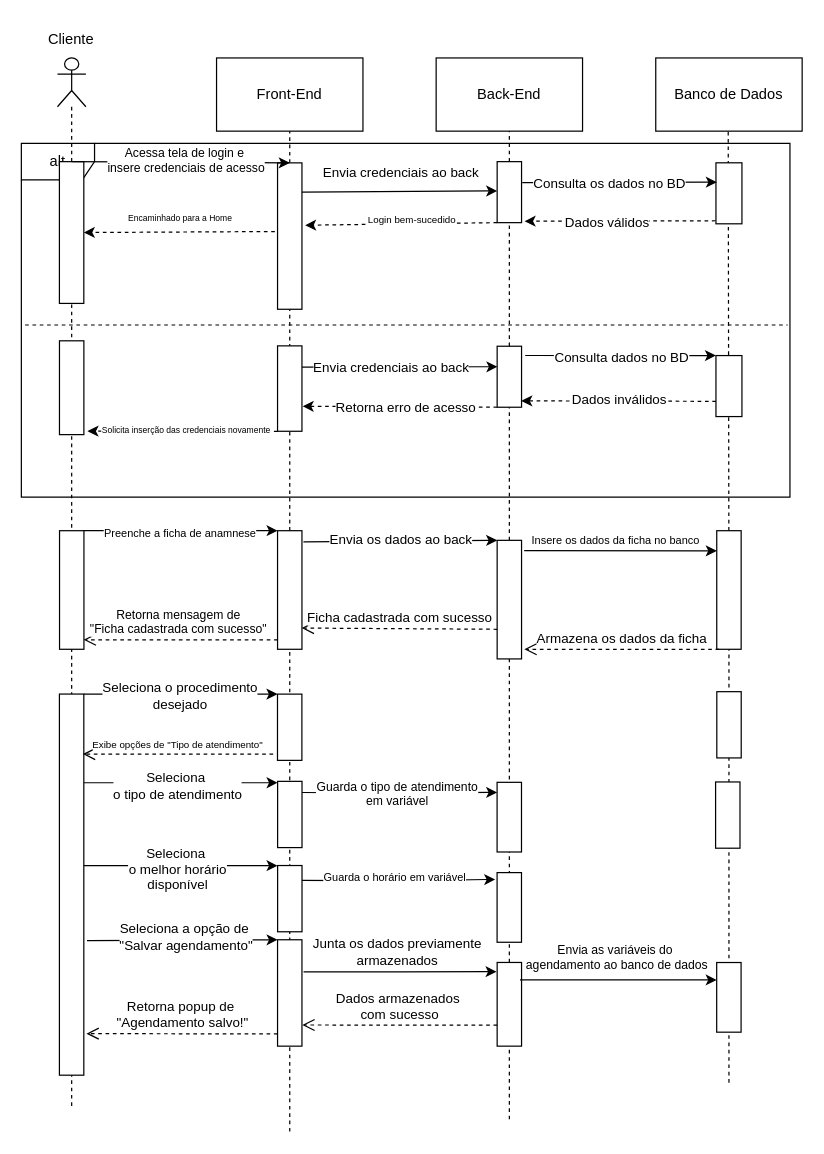
kronos-agendamento/projeto-documentos keeps this draw.io diagram as 1. Diagramas Atuais/Diagrama de Sequência - Agendamento.drawio. Above is the earlier version. Source tidied: cells renumbered, new cells numbered last; positions are measured from the earlier drawing's top-left corner, leaving out a move shared by most shapes. Both pictures are drawn from the tidied source at 122%, with x=0, y=0 at pixel (-120, 21).
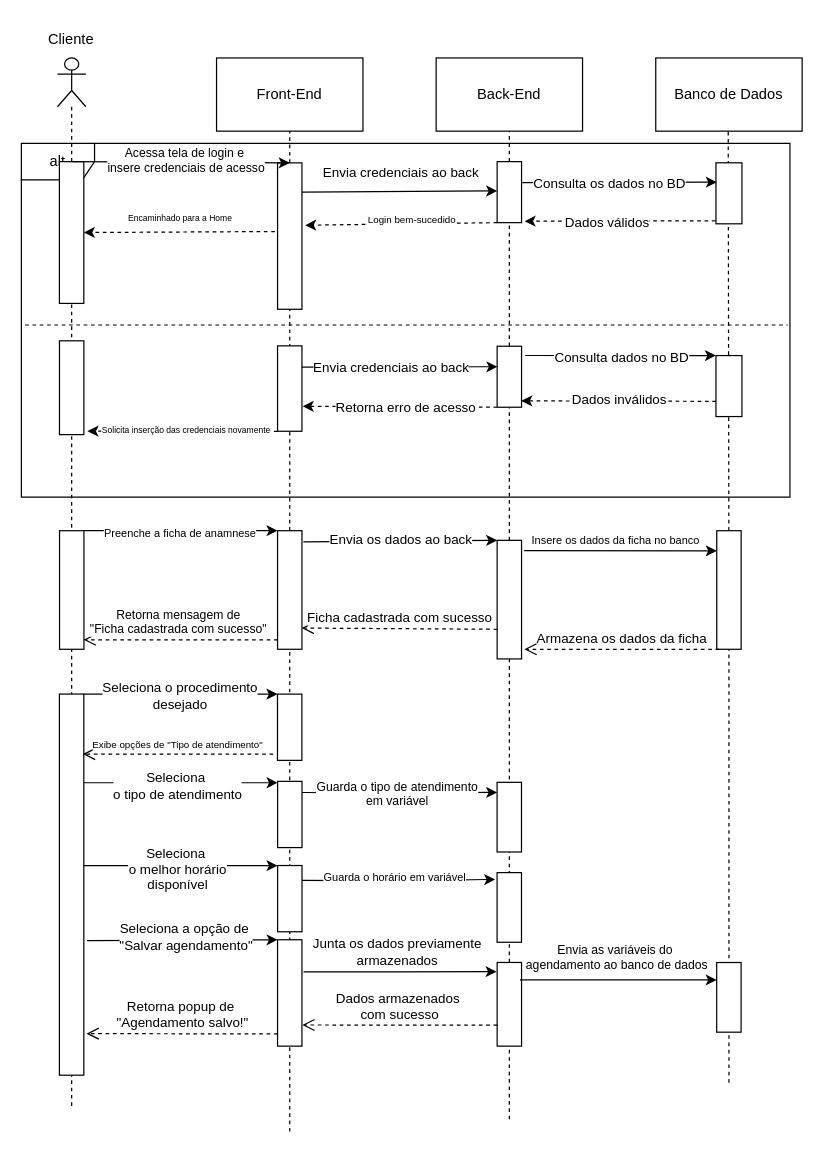
After the change.

Commit message (it also covers changes not shown here):
Add(): Adicionando (finalmente) arquivo editável de diagrama em container

The edit, as a diff of the source:
```diff
@@
-    <mxCell id="72" style="rounded=0;whiteSpace=wrap;html=1;rotation=90;" parent="1" vertex="1">
-      <mxGeometry x="667.9" y="566.6" width="54.3" height="20" as="geometry" />
-    </mxCell>
-    <mxCell id="73" style="rounded=0;whiteSpace=wrap;html=1;rotation=90;" parent="1" vertex="1">
-      <mxGeometry x="666.9" y="640.6" width="54.3" height="20" as="geometry" />
-    </mxCell>
```
